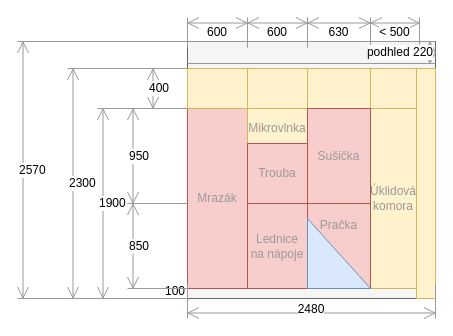
surquest/flat-renovation keeps this draw.io diagram as docs/src/static/drawings/kitchen.wall-appliances.drawio. Above is the earlier version. Source tidied: cells renumbered, new cells numbered last; positions are measured from the earlier drawing's top-left corner, leaving out a move shared by most shapes. Both pictures are drawn from the tidied source at 100%, with x=0, y=0 at pixel (17, 17).
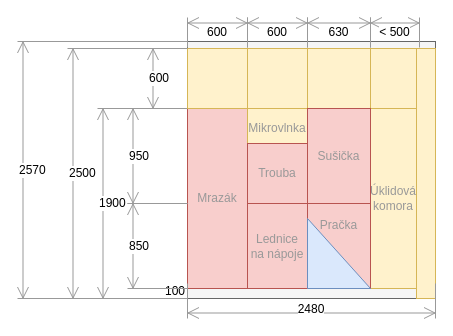
After the change.

Change to the diagram source:
```diff
@@
-    <mxCell id="7" value="400" style="shape=dimension;direction=south;whiteSpace=wrap;html=1;align=left;verticalAlign=middle;labelBackgroundColor=#ffffff;strokeColor=#999999;" parent="1" vertex="1">
-      <mxGeometry x="130" y="51" width="40" height="40" as="geometry" />
+    <mxCell id="7" value="600" style="shape=dimension;direction=south;whiteSpace=wrap;html=1;align=left;verticalAlign=middle;labelBackgroundColor=#ffffff;strokeColor=#999999;" parent="1" vertex="1">
+      <mxGeometry x="130" y="31" width="40" height="60" as="geometry" />
     </mxCell>
@@
     <mxCell id="9" style="rounded=0;whiteSpace=wrap;html=1;fillColor=#fff2cc;strokeColor=#d6b656;" parent="1" vertex="1">
-      <mxGeometry x="230" y="51" width="60" height="40" as="geometry" />
+      <mxGeometry x="230" y="31" width="60" height="60" as="geometry" />
     </mxCell>
@@
     <mxCell id="11" style="rounded=0;whiteSpace=wrap;html=1;fillColor=#fff2cc;strokeColor=#d6b656;" parent="1" vertex="1">
-      <mxGeometry x="290" y="51" width="63" height="40" as="geometry" />
+      <mxGeometry x="290" y="31" width="63" height="60" as="geometry" />
     </mxCell>
@@
     <mxCell id="13" style="rounded=0;whiteSpace=wrap;html=1;fillColor=#fff2cc;strokeColor=#d6b656;" parent="1" vertex="1">
-      <mxGeometry x="353" y="51" width="46" height="40" as="geometry" />
+      <mxGeometry x="353" y="31" width="46" height="60" as="geometry" />
     </mxCell>
     <mxCell id="14" style="rounded=0;whiteSpace=wrap;html=1;fillColor=#fff2cc;strokeColor=#d6b656;" parent="1" vertex="1">
-      <mxGeometry x="399" y="51" width="19" height="230" as="geometry" />
+      <mxGeometry x="399" y="31" width="19" height="250" as="geometry" />
     </mxCell>
@@
     <mxCell id="22" style="rounded=0;whiteSpace=wrap;html=1;fillColor=#fff2cc;strokeColor=#d6b656;" parent="1" vertex="1">
-      <mxGeometry x="170" y="51" width="60" height="40" as="geometry" />
+      <mxGeometry x="170" y="31" width="60" height="60" as="geometry" />
     </mxCell>
@@
-    <mxCell id="30" value="podhled 220" style="shape=dimension;direction=north;whiteSpace=wrap;html=1;align=right;verticalAlign=middle;labelBackgroundColor=#ffffff;strokeColor=#999999;" parent="1" vertex="1">
-      <mxGeometry x="170" y="24" width="248" height="22" as="geometry" />
-    </mxCell>
-    <mxCell id="31" value="2300" style="shape=dimension;direction=south;whiteSpace=wrap;html=1;align=left;verticalAlign=middle;labelBackgroundColor=#ffffff;strokeColor=#999999;" parent="1" vertex="1">
-      <mxGeometry x="50" y="51" width="120" height="230" as="geometry" />
+    <mxCell id="31" value="2500" style="shape=dimension;direction=south;whiteSpace=wrap;html=1;align=left;verticalAlign=middle;labelBackgroundColor=#ffffff;strokeColor=#999999;" parent="1" vertex="1">
+      <mxGeometry x="50" y="31" width="120" height="250" as="geometry" />
     </mxCell>
```
